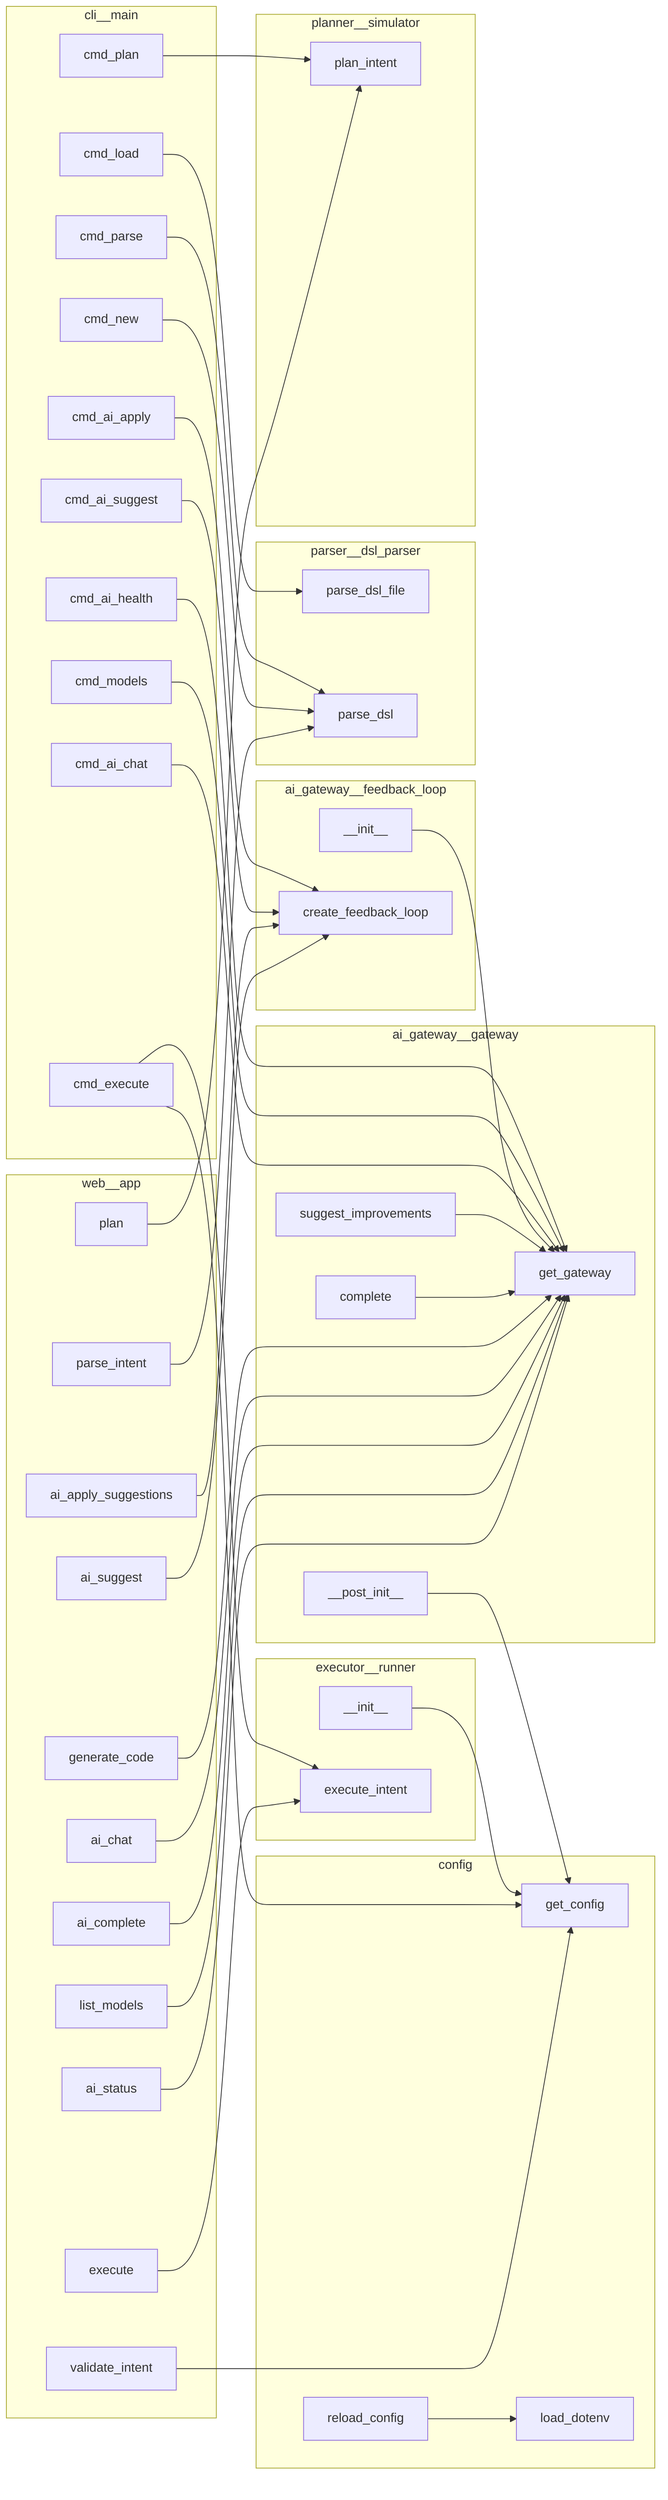
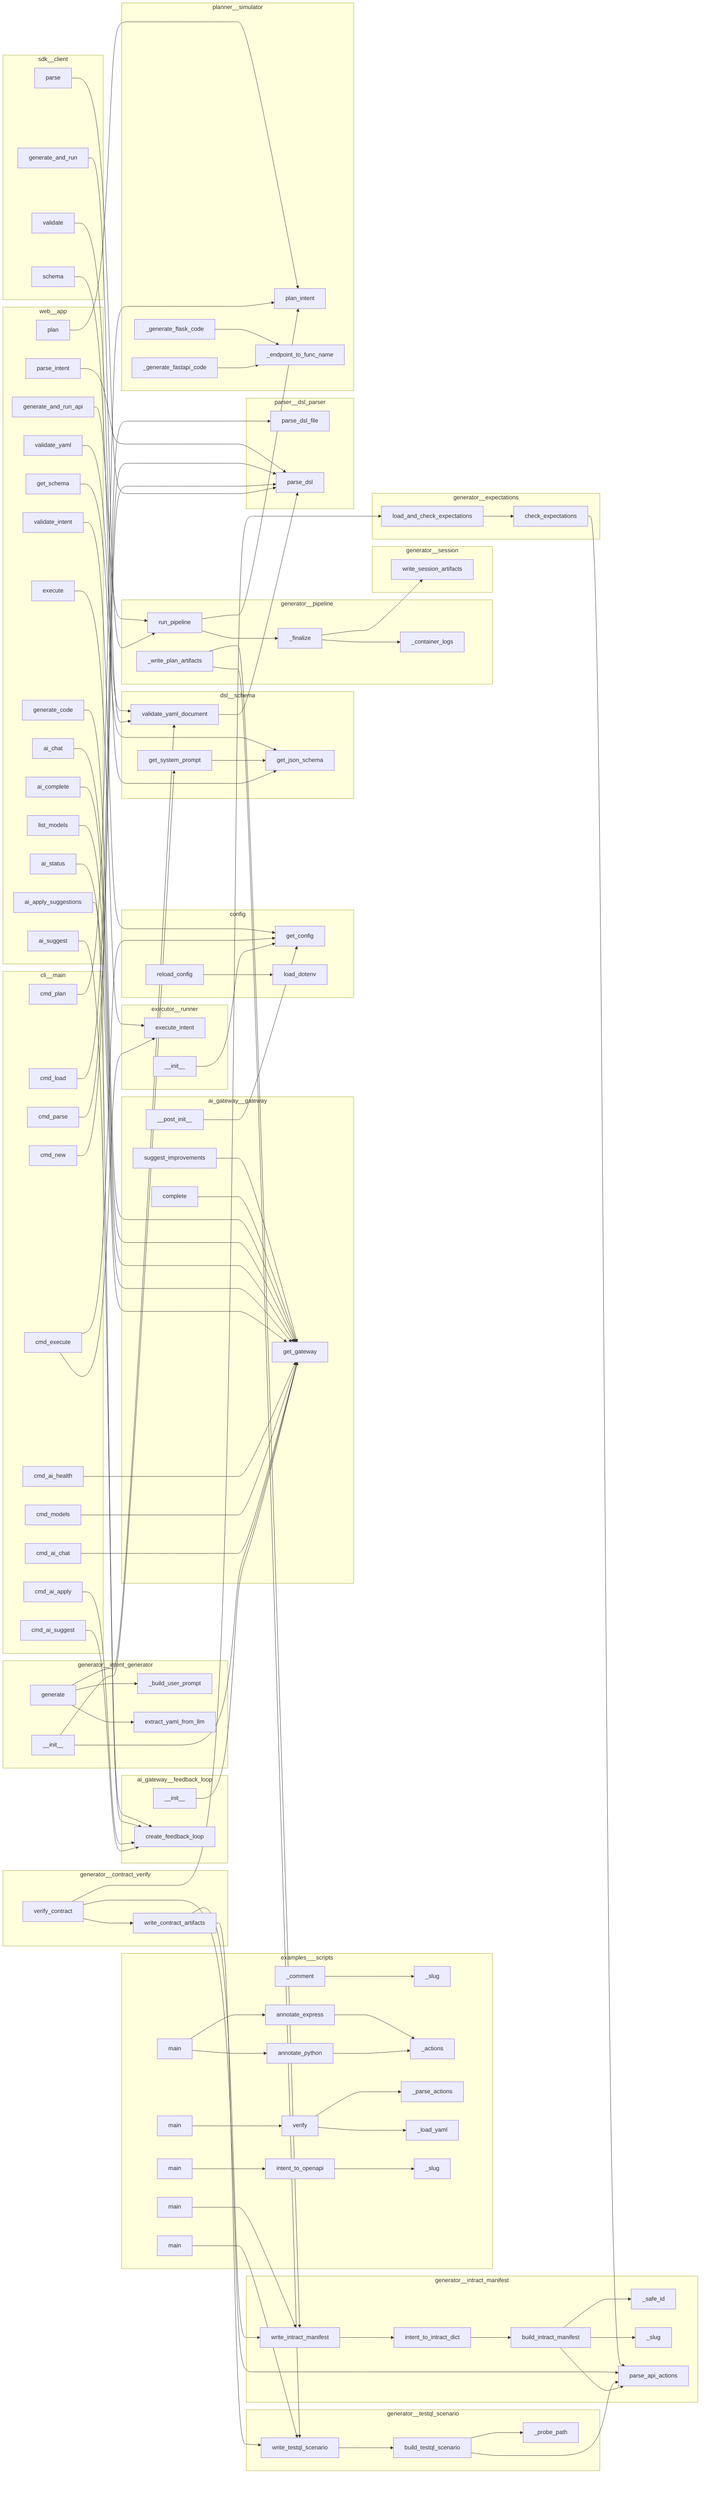
flowchart LR
%% generated in 0.00s
    subgraph ai_gateway__feedback_loop
        ai_gateway__feedback_loop__FeedbackLoop____init__["__init__"]
        ai_gateway__feedback_loop__create_feedback_loop["create_feedback_loop"]
    end
    subgraph ai_gateway__gateway
        ai_gateway__gateway__complete["complete"]
+         ai_gateway__gateway__GatewayConfig____post_init__["__post_init__"]
        ai_gateway__gateway__suggest_improvements["suggest_improvements"]
        ai_gateway__gateway__get_gateway["get_gateway"]
-         ai_gateway__gateway__GatewayConfig____post_init__["__post_init__"]
    end
    subgraph cli__main
+         cli__main__CLI__cmd_parse["cmd_parse"]
+         cli__main__CLI__cmd_ai_suggest["cmd_ai_suggest"]
+         cli__main__CLI__cmd_load["cmd_load"]
+         cli__main__CLI__cmd_execute["cmd_execute"]
+         cli__main__CLI__cmd_models["cmd_models"]
+         cli__main__CLI__cmd_ai_chat["cmd_ai_chat"]
+         cli__main__CLI__cmd_plan["cmd_plan"]
+         cli__main__CLI__cmd_ai_apply["cmd_ai_apply"]
        cli__main__CLI__cmd_new["cmd_new"]
-         cli__main__CLI__cmd_ai_apply["cmd_ai_apply"]
-         cli__main__CLI__cmd_ai_chat["cmd_ai_chat"]
-         cli__main__CLI__cmd_models["cmd_models"]
-         cli__main__CLI__cmd_load["cmd_load"]
-         cli__main__CLI__cmd_parse["cmd_parse"]
        cli__main__CLI__cmd_ai_health["cmd_ai_health"]
-         cli__main__CLI__cmd_execute["cmd_execute"]
-         cli__main__CLI__cmd_ai_suggest["cmd_ai_suggest"]
-         cli__main__CLI__cmd_plan["cmd_plan"]
    end
    subgraph config
+         config__reload_config["reload_config"]
        config__get_config["get_config"]
-         config__reload_config["reload_config"]
        config__load_dotenv["load_dotenv"]
    end
+     subgraph dsl__schema
+         dsl__schema__get_json_schema["get_json_schema"]
+         dsl__schema__validate_yaml_document["validate_yaml_document"]
+         dsl__schema__get_system_prompt["get_system_prompt"]
+     end
+     subgraph examples___scripts
+         examples___scripts__annotate_intract__annotate_python["annotate_python"]
+         examples___scripts__intent_to_openapi__intent_to_openapi["intent_to_openapi"]
+         examples___scripts__annotate_intract__annotate_express["annotate_express"]
+         examples___scripts__intent_to_intract__main["main"]
+         examples___scripts__annotate_intract___slug["_slug"]
+         examples___scripts__annotate_intract___comment["_comment"]
+         examples___scripts__annotate_intract__main["main"]
+         examples___scripts__intent_to_openapi__main["main"]
+         examples___scripts__annotate_intract___actions["_actions"]
+         examples___scripts__verify_expectations___parse_actions["_parse_actions"]
+         examples___scripts__intent_to_testql__main["main"]
+         examples___scripts__verify_expectations___load_yaml["_load_yaml"]
+         examples___scripts__intent_to_openapi___slug["_slug"]
+         examples___scripts__verify_expectations__verify["verify"]
+         examples___scripts__verify_expectations__main["main"]
+     end
    subgraph executor__runner
+         executor__runner__execute_intent["execute_intent"]
        executor__runner__Executor____init__["__init__"]
-         executor__runner__execute_intent["execute_intent"]
+     end
+     subgraph generator__contract_verify
+         generator__contract_verify__write_contract_artifacts["write_contract_artifacts"]
+         generator__contract_verify__verify_contract["verify_contract"]
+     end
+     subgraph generator__expectations
+         generator__expectations__load_and_check_expectations["load_and_check_expectations"]
+         generator__expectations__check_expectations["check_expectations"]
+     end
+     subgraph generator__intent_generator
+         generator__intent_generator___build_user_prompt["_build_user_prompt"]
+         generator__intent_generator__IntentGenerator__generate["generate"]
+         generator__intent_generator__IntentGenerator____init__["__init__"]
+         generator__intent_generator__extract_yaml_from_llm["extract_yaml_from_llm"]
+     end
+     subgraph generator__intract_manifest
+         generator__intract_manifest___safe_id["_safe_id"]
+         generator__intract_manifest___slug["_slug"]
+         generator__intract_manifest__intent_to_intract_dict["intent_to_intract_dict"]
+         generator__intract_manifest__write_intract_manifest["write_intract_manifest"]
+         generator__intract_manifest__parse_api_actions["parse_api_actions"]
+         generator__intract_manifest__build_intract_manifest["build_intract_manifest"]
+     end
+     subgraph generator__pipeline
+         generator__pipeline___container_logs["_container_logs"]
+         generator__pipeline__run_pipeline["run_pipeline"]
+         generator__pipeline___finalize["_finalize"]
+         generator__pipeline___write_plan_artifacts["_write_plan_artifacts"]
+     end
+     subgraph generator__session
+         generator__session__write_session_artifacts["write_session_artifacts"]
+     end
+     subgraph generator__testql_scenario
+         generator__testql_scenario___probe_path["_probe_path"]
+         generator__testql_scenario__write_testql_scenario["write_testql_scenario"]
+         generator__testql_scenario__build_testql_scenario["build_testql_scenario"]
    end
    subgraph parser__dsl_parser
        parser__dsl_parser__parse_dsl_file["parse_dsl_file"]
        parser__dsl_parser__parse_dsl["parse_dsl"]
    end
    subgraph planner__simulator
        planner__simulator__plan_intent["plan_intent"]
+         planner__simulator__Planner___generate_fastapi_code["_generate_fastapi_code"]
+         planner__simulator___endpoint_to_func_name["_endpoint_to_func_name"]
+         planner__simulator__Planner___generate_flask_code["_generate_flask_code"]
+     end
+     subgraph sdk__client
+         sdk__client__IterunClient__schema["schema"]
+         sdk__client__IterunClient__validate["validate"]
+         sdk__client__IterunClient__parse["parse"]
+         sdk__client__IterunClient__generate_and_run["generate_and_run"]
    end
    subgraph web__app
+         web__app__get_schema["get_schema"]
+         web__app__ai_apply_suggestions["ai_apply_suggestions"]
+         web__app__validate_intent["validate_intent"]
+         web__app__list_models["list_models"]
+         web__app__generate_code["generate_code"]
+         web__app__parse_intent["parse_intent"]
+         web__app__ai_complete["ai_complete"]
+         web__app__generate_and_run_api["generate_and_run_api"]
+         web__app__plan["plan"]
        web__app__ai_status["ai_status"]
-         web__app__validate_intent["validate_intent"]
+         web__app__validate_yaml["validate_yaml"]
        web__app__execute["execute"]
+         web__app__ai_suggest["ai_suggest"]
        web__app__ai_chat["ai_chat"]
-         web__app__list_models["list_models"]
-         web__app__plan["plan"]
-         web__app__ai_suggest["ai_suggest"]
-         web__app__generate_code["generate_code"]
-         web__app__ai_apply_suggestions["ai_apply_suggestions"]
-         web__app__ai_complete["ai_complete"]
-         web__app__parse_intent["parse_intent"]
-     end
+     end
+     examples___scripts__verify_expectations__verify --> examples___scripts__verify_expectations___load_yaml
+     examples___scripts__verify_expectations__verify --> examples___scripts__verify_expectations___parse_actions
+     examples___scripts__verify_expectations__main --> examples___scripts__verify_expectations__verify
+     generator__intract_manifest__build_intract_manifest --> generator__intract_manifest___safe_id
+     generator__intract_manifest__build_intract_manifest --> generator__intract_manifest__parse_api_actions
+     generator__intract_manifest__build_intract_manifest --> generator__intract_manifest___slug
+     generator__intract_manifest__intent_to_intract_dict --> generator__intract_manifest__build_intract_manifest
+     generator__intract_manifest__write_intract_manifest --> generator__intract_manifest__intent_to_intract_dict
+     examples___scripts__intent_to_openapi__intent_to_openapi --> examples___scripts__intent_to_openapi___slug
+     examples___scripts__intent_to_openapi__main --> examples___scripts__intent_to_openapi__intent_to_openapi
+     generator__testql_scenario__build_testql_scenario --> generator__intract_manifest__parse_api_actions
+     generator__testql_scenario__build_testql_scenario --> generator__testql_scenario___probe_path
+     generator__testql_scenario__write_testql_scenario --> generator__testql_scenario__build_testql_scenario
+     examples___scripts__intent_to_testql__main --> generator__testql_scenario__write_testql_scenario
+     generator__contract_verify__write_contract_artifacts --> generator__intract_manifest__write_intract_manifest
+     generator__contract_verify__write_contract_artifacts --> generator__testql_scenario__write_testql_scenario
+     generator__contract_verify__verify_contract --> generator__contract_verify__write_contract_artifacts
+     generator__contract_verify__verify_contract --> generator__intract_manifest__parse_api_actions
+     generator__contract_verify__verify_contract --> generator__expectations__load_and_check_expectations
+     generator__expectations__check_expectations --> generator__intract_manifest__parse_api_actions
+     generator__expectations__load_and_check_expectations --> generator__expectations__check_expectations
+     executor__runner__Executor____init__ --> config__get_config
+     sdk__client__IterunClient__schema --> dsl__schema__get_json_schema
+     sdk__client__IterunClient__validate --> dsl__schema__validate_yaml_document
+     sdk__client__IterunClient__generate_and_run --> generator__pipeline__run_pipeline
+     sdk__client__IterunClient__parse --> parser__dsl_parser__parse_dsl
+     examples___scripts__annotate_intract___comment --> examples___scripts__annotate_intract___slug
+     examples___scripts__annotate_intract__annotate_python --> examples___scripts__annotate_intract___actions
+     examples___scripts__annotate_intract__annotate_express --> examples___scripts__annotate_intract___actions
+     examples___scripts__annotate_intract__main --> examples___scripts__annotate_intract__annotate_python
+     examples___scripts__annotate_intract__main --> examples___scripts__annotate_intract__annotate_express
+     planner__simulator__Planner___generate_fastapi_code --> planner__simulator___endpoint_to_func_name
+     planner__simulator__Planner___generate_flask_code --> planner__simulator___endpoint_to_func_name
+     examples___scripts__intent_to_intract__main --> generator__intract_manifest__write_intract_manifest
+     ai_gateway__feedback_loop__FeedbackLoop____init__ --> ai_gateway__gateway__get_gateway
    config__reload_config --> config__load_dotenv
+     generator__pipeline___write_plan_artifacts --> generator__intract_manifest__write_intract_manifest
+     generator__pipeline___write_plan_artifacts --> generator__testql_scenario__write_testql_scenario
+     generator__pipeline___finalize --> generator__pipeline___container_logs
+     generator__pipeline___finalize --> generator__session__write_session_artifacts
+     generator__pipeline__run_pipeline --> generator__pipeline___finalize
+     generator__pipeline__run_pipeline --> planner__simulator__plan_intent
+     generator__intent_generator__IntentGenerator____init__ --> dsl__schema__get_system_prompt
+     generator__intent_generator__IntentGenerator____init__ --> ai_gateway__gateway__get_gateway
+     generator__intent_generator__IntentGenerator__generate --> generator__intent_generator___build_user_prompt
+     generator__intent_generator__IntentGenerator__generate --> generator__intent_generator__extract_yaml_from_llm
+     generator__intent_generator__IntentGenerator__generate --> dsl__schema__validate_yaml_document
+     cli__main__CLI__cmd_new --> parser__dsl_parser__parse_dsl
+     cli__main__CLI__cmd_load --> parser__dsl_parser__parse_dsl_file
+     cli__main__CLI__cmd_parse --> parser__dsl_parser__parse_dsl
+     cli__main__CLI__cmd_plan --> planner__simulator__plan_intent
+     cli__main__CLI__cmd_execute --> executor__runner__execute_intent
+     cli__main__CLI__cmd_execute --> config__get_config
+     cli__main__CLI__cmd_ai_suggest --> ai_gateway__feedback_loop__create_feedback_loop
+     cli__main__CLI__cmd_ai_apply --> ai_gateway__feedback_loop__create_feedback_loop
+     cli__main__CLI__cmd_ai_chat --> ai_gateway__gateway__get_gateway
+     cli__main__CLI__cmd_models --> ai_gateway__gateway__get_gateway
+     cli__main__CLI__cmd_ai_health --> ai_gateway__gateway__get_gateway
+     dsl__schema__validate_yaml_document --> parser__dsl_parser__parse_dsl
+     dsl__schema__get_system_prompt --> dsl__schema__get_json_schema
+     web__app__get_schema --> dsl__schema__get_json_schema
+     web__app__validate_yaml --> dsl__schema__validate_yaml_document
+     web__app__generate_and_run_api --> generator__pipeline__run_pipeline
    web__app__parse_intent --> parser__dsl_parser__parse_dsl
    web__app__plan --> planner__simulator__plan_intent
    web__app__execute --> executor__runner__execute_intent
    web__app__validate_intent --> config__get_config
    web__app__ai_status --> ai_gateway__gateway__get_gateway
    web__app__list_models --> ai_gateway__gateway__get_gateway
    web__app__ai_complete --> ai_gateway__gateway__get_gateway
    web__app__ai_chat --> ai_gateway__gateway__get_gateway
    web__app__ai_suggest --> ai_gateway__feedback_loop__create_feedback_loop
    web__app__ai_apply_suggestions --> ai_gateway__feedback_loop__create_feedback_loop
    web__app__generate_code --> ai_gateway__gateway__get_gateway
    ai_gateway__gateway__GatewayConfig____post_init__ --> config__get_config
    ai_gateway__gateway__complete --> ai_gateway__gateway__get_gateway
    ai_gateway__gateway__suggest_improvements --> ai_gateway__gateway__get_gateway
-     ai_gateway__feedback_loop__FeedbackLoop____init__ --> ai_gateway__gateway__get_gateway
-     cli__main__CLI__cmd_new --> parser__dsl_parser__parse_dsl
-     cli__main__CLI__cmd_load --> parser__dsl_parser__parse_dsl_file
-     cli__main__CLI__cmd_parse --> parser__dsl_parser__parse_dsl
-     cli__main__CLI__cmd_plan --> planner__simulator__plan_intent
-     cli__main__CLI__cmd_execute --> executor__runner__execute_intent
-     cli__main__CLI__cmd_execute --> config__get_config
-     cli__main__CLI__cmd_ai_suggest --> ai_gateway__feedback_loop__create_feedback_loop
-     cli__main__CLI__cmd_ai_apply --> ai_gateway__feedback_loop__create_feedback_loop
-     cli__main__CLI__cmd_ai_chat --> ai_gateway__gateway__get_gateway
-     cli__main__CLI__cmd_models --> ai_gateway__gateway__get_gateway
-     cli__main__CLI__cmd_ai_health --> ai_gateway__gateway__get_gateway
-     executor__runner__Executor____init__ --> config__get_config
